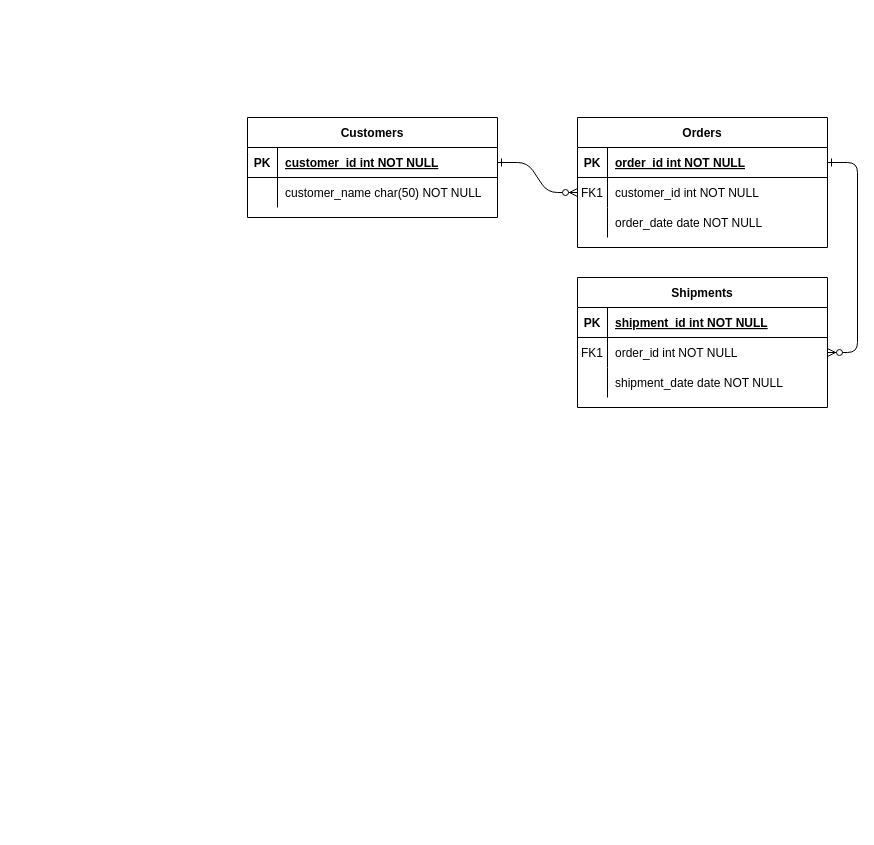
Earlier version of the draw.io diagram Assignment3A.drawio (GreenFella/databaseclass). Source tidied: cells renumbered, new cells numbered last; positions are measured from the earlier drawing's top-left corner, leaving out a move shared by most shapes. Both pictures are drawn from the tidied source at 100%, with x=0, y=0 at pixel (247, 117).
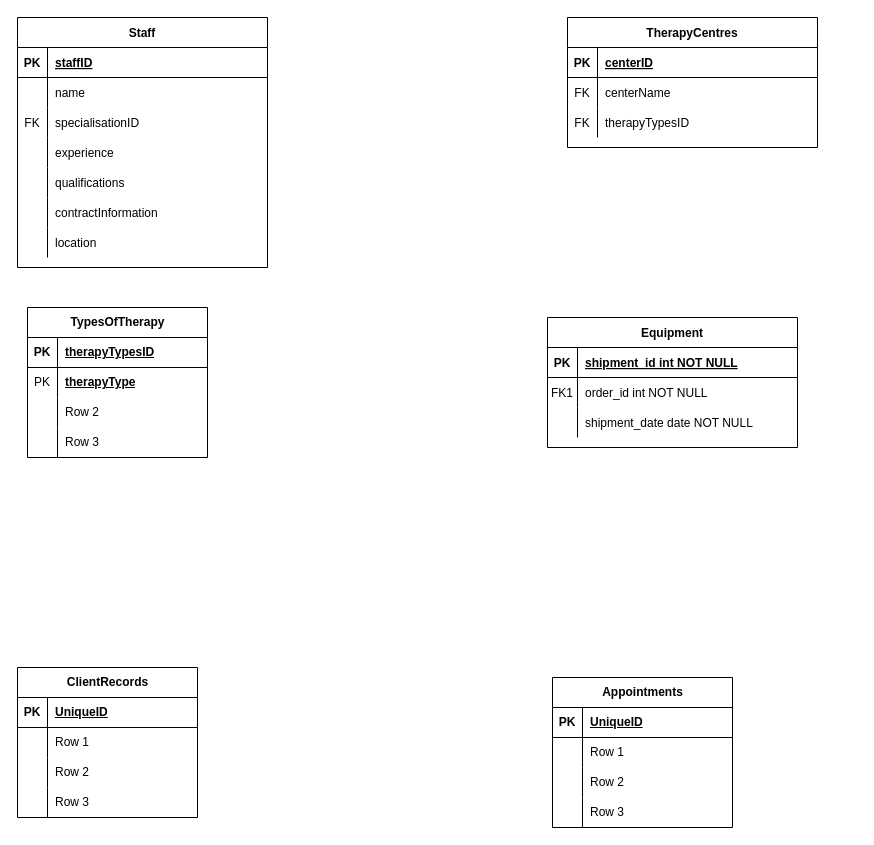
Above is the later version.

Unchanged cells that the change refers to:
```xml
<mxCell id="5" style="shape=partialRectangle;fillColor=none;points=[[0,0.5],[1,0.5]];portConstraint=eastwest;top=0;left=0;right=0;bottom=1;" parent="4" vertex="1">
  <mxGeometry y="30" width="250" height="30" as="geometry" />
</mxCell>
<mxCell id="8" style="shape=partialRectangle;fillColor=none;points=[[0,0.5],[1,0.5]];portConstraint=eastwest;top=0;left=0;right=0;bottom=0;" parent="4" vertex="1">
  <mxGeometry y="60" width="250" height="30" as="geometry" />
</mxCell>
<mxCell id="11" style="shape=partialRectangle;fillColor=none;top=0;left=0;right=0;bottom=0;" parent="4" vertex="1">
  <mxGeometry y="90" width="250" height="30" as="geometry" />
</mxCell>
<mxCell id="18" style="shape=partialRectangle;fillColor=none;points=[[0,0.5],[1,0.5]];portConstraint=eastwest;top=0;left=0;right=0;bottom=0;" parent="14" vertex="1">
  <mxGeometry y="60" width="250" height="30" as="geometry" />
</mxCell>
<mxCell id="25" style="shape=partialRectangle;fillColor=none;points=[[0,0.5],[1,0.5]];portConstraint=eastwest;top=0;left=0;right=0;bottom=1;" parent="24" vertex="1">
  <mxGeometry y="30" width="250" height="30" as="geometry" />
</mxCell>
```

What changed in the source:
```diff
@@
-    <mxCell id="2" style="edgeStyle=entityRelationEdgeStyle;endArrow=ERzeroToMany;startArrow=ERone;endFill=1;startFill=0;" parent="1" edge="1" source="25" target="8">
-      <mxGeometry relative="1" as="geometry" />
-    </mxCell>
-    <mxCell id="3" style="edgeStyle=entityRelationEdgeStyle;endArrow=ERzeroToMany;startArrow=ERone;endFill=1;startFill=0;" parent="1" edge="1" source="5" target="18">
-      <mxGeometry relative="1" as="geometry" />
-    </mxCell>
-    <mxCell id="4" value="Orders" style="shape=table;startSize=30;childLayout=tableLayout;rowLines=0;fontStyle=1;align=center;" parent="1" vertex="1">
-      <mxGeometry x="330" width="250" height="130" as="geometry" />
+    <mxCell id="4" value="TherapyCentres" style="shape=table;startSize=30;childLayout=tableLayout;rowLines=0;fontStyle=1;align=center;" parent="1" vertex="1">
+      <mxGeometry x="320" y="-100" width="250" height="130" as="geometry" />
     </mxCell>
@@
-    <mxCell id="7" value="order_id int NOT NULL " style="shape=partialRectangle;overflow=hidden;fillColor=none;top=0;left=0;bottom=0;right=0;align=left;spacingLeft=6;fontStyle=5;" parent="5" vertex="1">
+    <mxCell id="7" value="centerID" style="shape=partialRectangle;overflow=hidden;fillColor=none;top=0;left=0;bottom=0;right=0;align=left;spacingLeft=6;fontStyle=5;" parent="5" vertex="1">
       <mxGeometry x="30" width="220" height="30" as="geometry" />
     </mxCell>
@@
-    <mxCell id="9" value="FK1" style="shape=partialRectangle;overflow=hidden;fillColor=none;top=0;left=0;bottom=0;right=0;" parent="8" vertex="1">
+    <mxCell id="9" value="FK" style="shape=partialRectangle;overflow=hidden;fillColor=none;top=0;left=0;bottom=0;right=0;" parent="8" vertex="1">
       <mxGeometry width="30" height="30" as="geometry" />
     </mxCell>
-    <mxCell id="10" value="customer_id int NOT NULL" style="shape=partialRectangle;overflow=hidden;fillColor=none;top=0;left=0;bottom=0;right=0;align=left;spacingLeft=6;" parent="8" vertex="1">
+    <mxCell id="10" value="centerName" style="shape=partialRectangle;overflow=hidden;fillColor=none;top=0;left=0;bottom=0;right=0;align=left;spacingLeft=6;" parent="8" vertex="1">
       <mxGeometry x="30" width="220" height="30" as="geometry" />
     </mxCell>
@@
-    <mxCell id="12" style="shape=partialRectangle;overflow=hidden;fillColor=none;top=0;left=0;bottom=0;right=0;" parent="11" vertex="1">
+    <mxCell id="12" value="FK" style="shape=partialRectangle;overflow=hidden;fillColor=none;top=0;left=0;bottom=0;right=0;" parent="11" vertex="1">
       <mxGeometry width="30" height="30" as="geometry" />
     </mxCell>
-    <mxCell id="13" value="order_date date NOT NULL" style="shape=partialRectangle;overflow=hidden;fillColor=none;top=0;left=0;bottom=0;right=0;align=left;spacingLeft=6;" parent="11" vertex="1">
+    <mxCell id="13" value="therapyTypesID" style="shape=partialRectangle;overflow=hidden;fillColor=none;top=0;left=0;bottom=0;right=0;align=left;spacingLeft=6;" parent="11" vertex="1">
       <mxGeometry x="30" width="220" height="30" as="geometry" />
     </mxCell>
-    <mxCell id="14" value="Shipments" style="shape=table;startSize=30;childLayout=tableLayout;rowLines=0;fontStyle=1;align=center;" parent="1" vertex="1">
-      <mxGeometry x="330" y="160" width="250" height="130" as="geometry" />
+    <mxCell id="14" value="Equipment" style="shape=table;startSize=30;childLayout=tableLayout;rowLines=0;fontStyle=1;align=center;" parent="1" vertex="1">
+      <mxGeometry x="300" y="200" width="250" height="130" as="geometry" />
     </mxCell>
@@
-    <mxCell id="24" value="Customers" style="shape=table;startSize=30;childLayout=tableLayout;rowLines=0;fontStyle=1;align=center;" parent="1" vertex="1">
-      <mxGeometry width="250" height="100" as="geometry" />
+    <mxCell id="24" value="Staff" style="shape=table;startSize=30;childLayout=tableLayout;rowLines=0;fontStyle=1;align=center;" parent="1" vertex="1">
+      <mxGeometry x="-230" y="-100" width="250" height="250" as="geometry" />
     </mxCell>
@@
-    <mxCell id="27" value="customer_id int NOT NULL " style="shape=partialRectangle;overflow=hidden;fillColor=none;top=0;left=0;bottom=0;right=0;align=left;spacingLeft=6;fontStyle=5;" parent="25" vertex="1">
+    <mxCell id="27" value="staffID" style="shape=partialRectangle;overflow=hidden;fillColor=none;top=0;left=0;bottom=0;right=0;align=left;spacingLeft=6;fontStyle=5;" parent="25" vertex="1">
       <mxGeometry x="30" width="220" height="30" as="geometry" />
     </mxCell>
+    <mxCell id="31" style="shape=tableRow;horizontal=0;startSize=0;swimlaneHead=0;swimlaneBody=0;fillColor=none;top=0;left=0;right=0;bottom=0;" parent="24" vertex="1">
+      <mxGeometry y="60" width="250" height="30" as="geometry" />
+    </mxCell>
+    <mxCell id="32" style="shape=partialRectangle;fillColor=none;top=0;left=0;bottom=0;right=0;overflow=hidden;" parent="31" vertex="1">
+      <mxGeometry width="30" height="30" as="geometry" />
+    </mxCell>
+    <mxCell id="33" value="name" style="shape=partialRectangle;fillColor=none;top=0;left=0;bottom=0;right=0;align=left;spacingLeft=6;overflow=hidden;" parent="31" vertex="1">
+      <mxGeometry x="30" width="220" height="30" as="geometry" />
+    </mxCell>
+    <mxCell id="34" style="shape=tableRow;horizontal=0;startSize=0;swimlaneHead=0;swimlaneBody=0;fillColor=none;top=0;left=0;right=0;bottom=0;" parent="24" vertex="1">
+      <mxGeometry y="90" width="250" height="30" as="geometry" />
+    </mxCell>
+    <mxCell id="35" value="FK" style="shape=partialRectangle;fillColor=none;top=0;left=0;bottom=0;right=0;overflow=hidden;" parent="34" vertex="1">
+      <mxGeometry width="30" height="30" as="geometry" />
+    </mxCell>
+    <mxCell id="36" value="specialisationID" style="shape=partialRectangle;fillColor=none;top=0;left=0;bottom=0;right=0;align=left;spacingLeft=6;overflow=hidden;" parent="34" vertex="1">
+      <mxGeometry x="30" width="220" height="30" as="geometry" />
+    </mxCell>
+    <mxCell id="37" style="shape=tableRow;horizontal=0;startSize=0;swimlaneHead=0;swimlaneBody=0;fillColor=none;top=0;left=0;right=0;bottom=0;" parent="24" vertex="1">
+      <mxGeometry y="120" width="250" height="30" as="geometry" />
+    </mxCell>
+    <mxCell id="38" style="shape=partialRectangle;fillColor=none;top=0;left=0;bottom=0;right=0;overflow=hidden;" parent="37" vertex="1">
+      <mxGeometry width="30" height="30" as="geometry" />
+    </mxCell>
+    <mxCell id="39" value="experience" style="shape=partialRectangle;fillColor=none;top=0;left=0;bottom=0;right=0;align=left;spacingLeft=6;overflow=hidden;" parent="37" vertex="1">
+      <mxGeometry x="30" width="220" height="30" as="geometry" />
+    </mxCell>
+    <mxCell id="40" style="shape=tableRow;horizontal=0;startSize=0;swimlaneHead=0;swimlaneBody=0;fillColor=none;top=0;left=0;right=0;bottom=0;" parent="24" vertex="1">
+      <mxGeometry y="150" width="250" height="30" as="geometry" />
+    </mxCell>
+    <mxCell id="41" style="shape=partialRectangle;fillColor=none;top=0;left=0;bottom=0;right=0;overflow=hidden;" parent="40" vertex="1">
+      <mxGeometry width="30" height="30" as="geometry" />
+    </mxCell>
+    <mxCell id="42" value="qualifications" style="shape=partialRectangle;fillColor=none;top=0;left=0;bottom=0;right=0;align=left;spacingLeft=6;overflow=hidden;" parent="40" vertex="1">
+      <mxGeometry x="30" width="220" height="30" as="geometry" />
+    </mxCell>
+    <mxCell id="43" style="shape=tableRow;horizontal=0;startSize=0;swimlaneHead=0;swimlaneBody=0;fillColor=none;top=0;left=0;right=0;bottom=0;" parent="24" vertex="1">
+      <mxGeometry y="180" width="250" height="30" as="geometry" />
+    </mxCell>
+    <mxCell id="44" style="shape=partialRectangle;fillColor=none;top=0;left=0;bottom=0;right=0;overflow=hidden;" parent="43" vertex="1">
+      <mxGeometry width="30" height="30" as="geometry" />
+    </mxCell>
+    <mxCell id="45" value="contractInformation" style="shape=partialRectangle;fillColor=none;top=0;left=0;bottom=0;right=0;align=left;spacingLeft=6;overflow=hidden;" parent="43" vertex="1">
+      <mxGeometry x="30" width="220" height="30" as="geometry" />
+    </mxCell>
     <mxCell id="28" style="shape=partialRectangle;fillColor=none;top=0;left=0;right=0;bottom=0;" parent="24" vertex="1">
-      <mxGeometry y="60" width="250" height="30" as="geometry" />
+      <mxGeometry y="210" width="250" height="30" as="geometry" />
     </mxCell>
@@
-    <mxCell id="30" value="customer_name char(50) NOT NULL" style="shape=partialRectangle;overflow=hidden;fillColor=none;top=0;left=0;bottom=0;right=0;align=left;spacingLeft=6;" parent="28" vertex="1">
+    <mxCell id="30" value="location" style="shape=partialRectangle;overflow=hidden;fillColor=none;top=0;left=0;bottom=0;right=0;align=left;spacingLeft=6;" parent="28" vertex="1">
       <mxGeometry x="30" width="220" height="30" as="geometry" />
     </mxCell>
+    <mxCell id="46" value="TypesOfTherapy" style="shape=table;startSize=30;childLayout=tableLayout;rowLines=0;fontStyle=1;align=center;html=1;" parent="1" vertex="1">
+      <mxGeometry x="-220" y="190" width="180" height="150" as="geometry" />
+    </mxCell>
+    <mxCell id="47" style="shape=tableRow;horizontal=0;startSize=0;swimlaneHead=0;swimlaneBody=0;fillColor=none;top=0;left=0;right=0;bottom=1;" parent="46" vertex="1">
+      <mxGeometry y="30" width="180" height="30" as="geometry" />
+    </mxCell>
+    <mxCell id="48" value="PK" style="shape=partialRectangle;fillColor=none;top=0;left=0;bottom=0;right=0;fontStyle=1;overflow=hidden;whiteSpace=wrap;html=1;" parent="47" vertex="1">
+      <mxGeometry width="30" height="30" as="geometry" />
+    </mxCell>
+    <mxCell id="49" value="therapyTypesID" style="shape=partialRectangle;fillColor=none;top=0;left=0;bottom=0;right=0;align=left;spacingLeft=6;fontStyle=5;overflow=hidden;whiteSpace=wrap;html=1;" parent="47" vertex="1">
+      <mxGeometry x="30" width="150" height="30" as="geometry" />
+    </mxCell>
+    <mxCell id="50" style="shape=tableRow;horizontal=0;startSize=0;swimlaneHead=0;swimlaneBody=0;fillColor=none;top=0;left=0;right=0;bottom=0;" parent="46" vertex="1">
+      <mxGeometry y="60" width="180" height="30" as="geometry" />
+    </mxCell>
+    <mxCell id="51" value="PK" style="shape=partialRectangle;fillColor=none;top=0;left=0;bottom=0;right=0;overflow=hidden;whiteSpace=wrap;html=1;" parent="50" vertex="1">
+      <mxGeometry width="30" height="30" as="geometry" />
+    </mxCell>
+    <mxCell id="52" value="&lt;b&gt;&lt;u&gt;therapyType&lt;/u&gt;&lt;/b&gt;" style="shape=partialRectangle;fillColor=none;top=0;left=0;bottom=0;right=0;align=left;spacingLeft=6;overflow=hidden;whiteSpace=wrap;html=1;" parent="50" vertex="1">
+      <mxGeometry x="30" width="150" height="30" as="geometry" />
+    </mxCell>
+    <mxCell id="53" style="shape=tableRow;horizontal=0;startSize=0;swimlaneHead=0;swimlaneBody=0;fillColor=none;top=0;left=0;right=0;bottom=0;" parent="46" vertex="1">
+      <mxGeometry y="90" width="180" height="30" as="geometry" />
+    </mxCell>
+    <mxCell id="54" style="shape=partialRectangle;fillColor=none;top=0;left=0;bottom=0;right=0;overflow=hidden;whiteSpace=wrap;html=1;" parent="53" vertex="1">
+      <mxGeometry width="30" height="30" as="geometry" />
+    </mxCell>
+    <mxCell id="55" value="Row 2" style="shape=partialRectangle;fillColor=none;top=0;left=0;bottom=0;right=0;align=left;spacingLeft=6;overflow=hidden;whiteSpace=wrap;html=1;" parent="53" vertex="1">
+      <mxGeometry x="30" width="150" height="30" as="geometry" />
+    </mxCell>
+    <mxCell id="56" style="shape=tableRow;horizontal=0;startSize=0;swimlaneHead=0;swimlaneBody=0;fillColor=none;top=0;left=0;right=0;bottom=0;" parent="46" vertex="1">
+      <mxGeometry y="120" width="180" height="30" as="geometry" />
+    </mxCell>
+    <mxCell id="57" style="shape=partialRectangle;fillColor=none;top=0;left=0;bottom=0;right=0;overflow=hidden;whiteSpace=wrap;html=1;" parent="56" vertex="1">
+      <mxGeometry width="30" height="30" as="geometry" />
+    </mxCell>
+    <mxCell id="58" value="Row 3" style="shape=partialRectangle;fillColor=none;top=0;left=0;bottom=0;right=0;align=left;spacingLeft=6;overflow=hidden;whiteSpace=wrap;html=1;" parent="56" vertex="1">
+      <mxGeometry x="30" width="150" height="30" as="geometry" />
+    </mxCell>
+    <mxCell id="59" value="ClientRecords" style="shape=table;startSize=30;childLayout=tableLayout;rowLines=0;fontStyle=1;align=center;html=1;" parent="1" vertex="1">
+      <mxGeometry x="-230" y="550" width="180" height="150" as="geometry" />
+    </mxCell>
+    <mxCell id="60" style="shape=tableRow;horizontal=0;startSize=0;swimlaneHead=0;swimlaneBody=0;fillColor=none;top=0;left=0;right=0;bottom=1;" parent="59" vertex="1">
+      <mxGeometry y="30" width="180" height="30" as="geometry" />
+    </mxCell>
+    <mxCell id="61" value="PK" style="shape=partialRectangle;fillColor=none;top=0;left=0;bottom=0;right=0;fontStyle=1;overflow=hidden;whiteSpace=wrap;html=1;" parent="60" vertex="1">
+      <mxGeometry width="30" height="30" as="geometry" />
+    </mxCell>
+    <mxCell id="62" value="UniqueID" style="shape=partialRectangle;fillColor=none;top=0;left=0;bottom=0;right=0;align=left;spacingLeft=6;fontStyle=5;overflow=hidden;whiteSpace=wrap;html=1;" parent="60" vertex="1">
+      <mxGeometry x="30" width="150" height="30" as="geometry" />
+    </mxCell>
+    <mxCell id="63" style="shape=tableRow;horizontal=0;startSize=0;swimlaneHead=0;swimlaneBody=0;fillColor=none;top=0;left=0;right=0;bottom=0;" parent="59" vertex="1">
+      <mxGeometry y="60" width="180" height="30" as="geometry" />
+    </mxCell>
+    <mxCell id="64" style="shape=partialRectangle;fillColor=none;top=0;left=0;bottom=0;right=0;overflow=hidden;whiteSpace=wrap;html=1;" parent="63" vertex="1">
+      <mxGeometry width="30" height="30" as="geometry" />
+    </mxCell>
+    <mxCell id="65" value="Row 1" style="shape=partialRectangle;fillColor=none;top=0;left=0;bottom=0;right=0;align=left;spacingLeft=6;overflow=hidden;whiteSpace=wrap;html=1;" parent="63" vertex="1">
+      <mxGeometry x="30" width="150" height="30" as="geometry" />
+    </mxCell>
+    <mxCell id="66" style="shape=tableRow;horizontal=0;startSize=0;swimlaneHead=0;swimlaneBody=0;fillColor=none;top=0;left=0;right=0;bottom=0;" parent="59" vertex="1">
+      <mxGeometry y="90" width="180" height="30" as="geometry" />
+    </mxCell>
+    <mxCell id="67" style="shape=partialRectangle;fillColor=none;top=0;left=0;bottom=0;right=0;overflow=hidden;whiteSpace=wrap;html=1;" parent="66" vertex="1">
+      <mxGeometry width="30" height="30" as="geometry" />
+    </mxCell>
+    <mxCell id="68" value="Row 2" style="shape=partialRectangle;fillColor=none;top=0;left=0;bottom=0;right=0;align=left;spacingLeft=6;overflow=hidden;whiteSpace=wrap;html=1;" parent="66" vertex="1">
+      <mxGeometry x="30" width="150" height="30" as="geometry" />
+    </mxCell>
+    <mxCell id="69" style="shape=tableRow;horizontal=0;startSize=0;swimlaneHead=0;swimlaneBody=0;fillColor=none;top=0;left=0;right=0;bottom=0;" parent="59" vertex="1">
+      <mxGeometry y="120" width="180" height="30" as="geometry" />
+    </mxCell>
+    <mxCell id="70" style="shape=partialRectangle;fillColor=none;top=0;left=0;bottom=0;right=0;overflow=hidden;whiteSpace=wrap;html=1;" parent="69" vertex="1">
+      <mxGeometry width="30" height="30" as="geometry" />
+    </mxCell>
+    <mxCell id="71" value="Row 3" style="shape=partialRectangle;fillColor=none;top=0;left=0;bottom=0;right=0;align=left;spacingLeft=6;overflow=hidden;whiteSpace=wrap;html=1;" parent="69" vertex="1">
+      <mxGeometry x="30" width="150" height="30" as="geometry" />
+    </mxCell>
+    <mxCell id="72" value="Appointments" style="shape=table;startSize=30;childLayout=tableLayout;rowLines=0;fontStyle=1;align=center;html=1;" parent="1" vertex="1">
+      <mxGeometry x="305" y="560" width="180" height="150" as="geometry" />
+    </mxCell>
+    <mxCell id="73" style="shape=tableRow;horizontal=0;startSize=0;swimlaneHead=0;swimlaneBody=0;fillColor=none;top=0;left=0;right=0;bottom=1;" parent="72" vertex="1">
+      <mxGeometry y="30" width="180" height="30" as="geometry" />
+    </mxCell>
+    <mxCell id="74" value="PK" style="shape=partialRectangle;fillColor=none;top=0;left=0;bottom=0;right=0;fontStyle=1;overflow=hidden;whiteSpace=wrap;html=1;" parent="73" vertex="1">
+      <mxGeometry width="30" height="30" as="geometry" />
+    </mxCell>
+    <mxCell id="75" value="UniqueID" style="shape=partialRectangle;fillColor=none;top=0;left=0;bottom=0;right=0;align=left;spacingLeft=6;fontStyle=5;overflow=hidden;whiteSpace=wrap;html=1;" parent="73" vertex="1">
+      <mxGeometry x="30" width="150" height="30" as="geometry" />
+    </mxCell>
+    <mxCell id="76" style="shape=tableRow;horizontal=0;startSize=0;swimlaneHead=0;swimlaneBody=0;fillColor=none;top=0;left=0;right=0;bottom=0;" parent="72" vertex="1">
+      <mxGeometry y="60" width="180" height="30" as="geometry" />
+    </mxCell>
+    <mxCell id="77" style="shape=partialRectangle;fillColor=none;top=0;left=0;bottom=0;right=0;overflow=hidden;whiteSpace=wrap;html=1;" parent="76" vertex="1">
+      <mxGeometry width="30" height="30" as="geometry" />
+    </mxCell>
+    <mxCell id="78" value="Row 1" style="shape=partialRectangle;fillColor=none;top=0;left=0;bottom=0;right=0;align=left;spacingLeft=6;overflow=hidden;whiteSpace=wrap;html=1;" parent="76" vertex="1">
+      <mxGeometry x="30" width="150" height="30" as="geometry" />
+    </mxCell>
+    <mxCell id="79" style="shape=tableRow;horizontal=0;startSize=0;swimlaneHead=0;swimlaneBody=0;fillColor=none;top=0;left=0;right=0;bottom=0;" parent="72" vertex="1">
+      <mxGeometry y="90" width="180" height="30" as="geometry" />
+    </mxCell>
+    <mxCell id="80" style="shape=partialRectangle;fillColor=none;top=0;left=0;bottom=0;right=0;overflow=hidden;whiteSpace=wrap;html=1;" parent="79" vertex="1">
+      <mxGeometry width="30" height="30" as="geometry" />
+    </mxCell>
+    <mxCell id="81" value="Row 2" style="shape=partialRectangle;fillColor=none;top=0;left=0;bottom=0;right=0;align=left;spacingLeft=6;overflow=hidden;whiteSpace=wrap;html=1;" parent="79" vertex="1">
+      <mxGeometry x="30" width="150" height="30" as="geometry" />
+    </mxCell>
+    <mxCell id="82" style="shape=tableRow;horizontal=0;startSize=0;swimlaneHead=0;swimlaneBody=0;fillColor=none;top=0;left=0;right=0;bottom=0;" parent="72" vertex="1">
+      <mxGeometry y="120" width="180" height="30" as="geometry" />
+    </mxCell>
+    <mxCell id="83" style="shape=partialRectangle;fillColor=none;top=0;left=0;bottom=0;right=0;overflow=hidden;whiteSpace=wrap;html=1;" parent="82" vertex="1">
+      <mxGeometry width="30" height="30" as="geometry" />
+    </mxCell>
+    <mxCell id="84" value="Row 3" style="shape=partialRectangle;fillColor=none;top=0;left=0;bottom=0;right=0;align=left;spacingLeft=6;overflow=hidden;whiteSpace=wrap;html=1;" parent="82" vertex="1">
+      <mxGeometry x="30" width="150" height="30" as="geometry" />
+    </mxCell>
```
